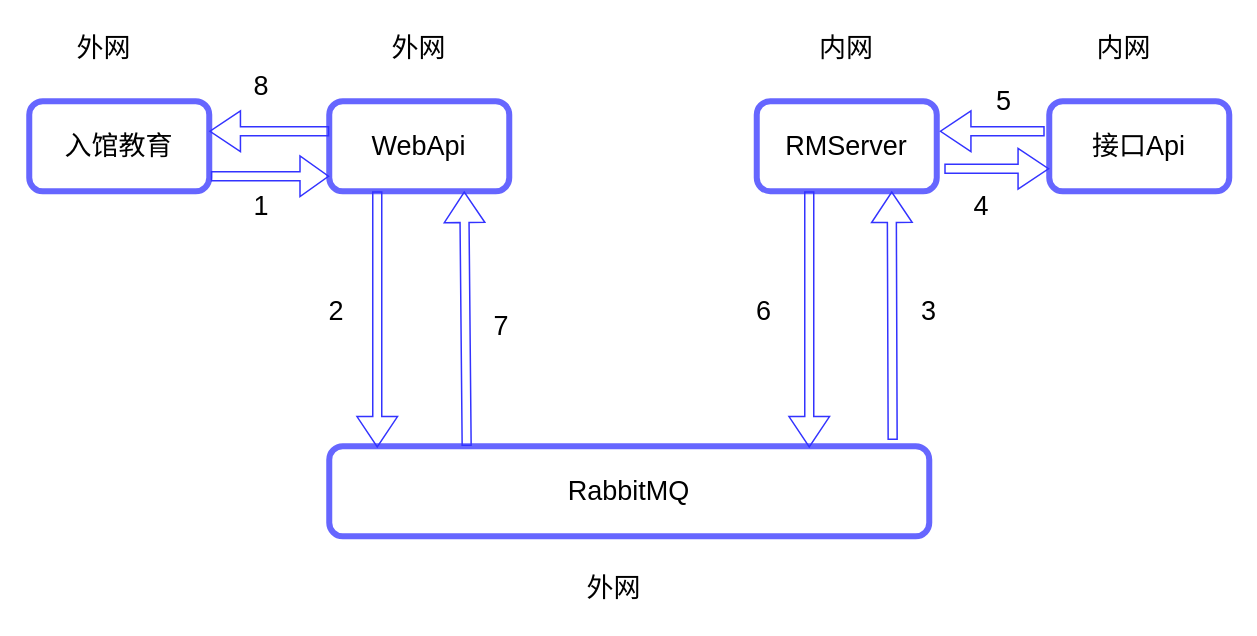
This is Project/接口内网方案.drawio from hao15239129517/drawio, a draw.io file, before an edit. Source tidied: cells renumbered, new cells numbered last; positions are measured from the earlier drawing's top-left corner, leaving out a move shared by most shapes. Both pictures are drawn from the tidied source at 150%, with x=0, y=0 at pixel (28, 26).
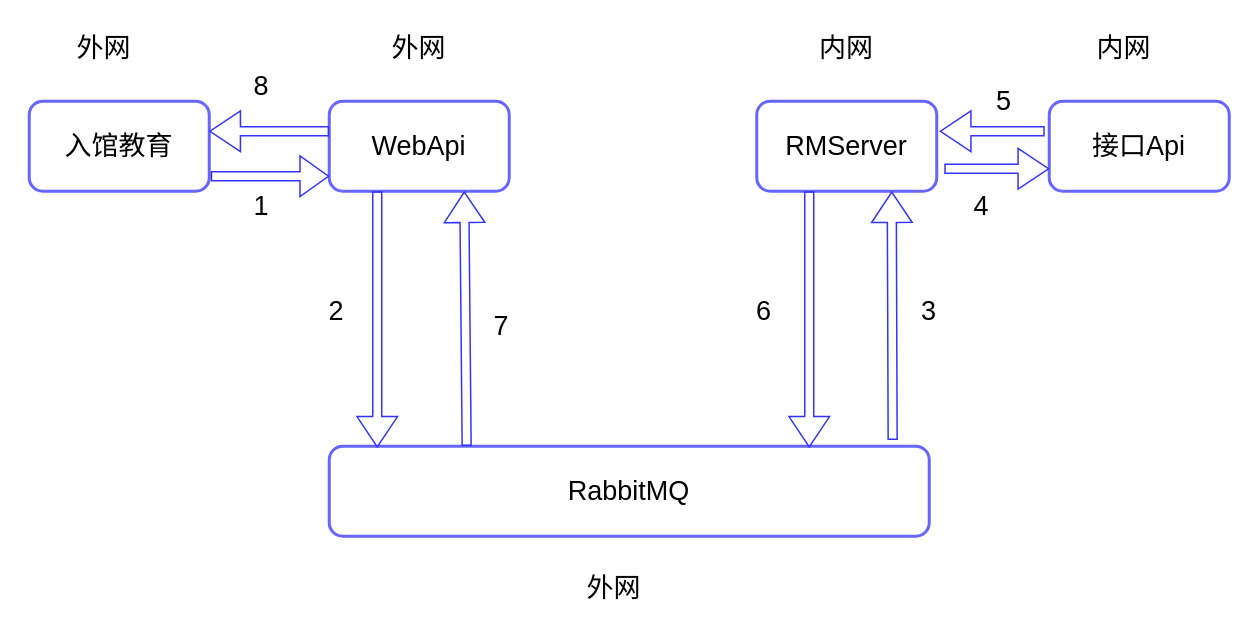
After the change.

Commit message (it also covers changes not shown here):
更新接口内网方案.drawio

Diff of the diagram source:
```diff
@@
-    <mxCell id="2" value="入馆教育" style="rounded=1;whiteSpace=wrap;html=1;strokeWidth=4;strokeColor=#6666FF;fontSize=18;" parent="1" vertex="1">
+    <mxCell id="2" value="入馆教育" style="rounded=1;whiteSpace=wrap;html=1;strokeWidth=2;strokeColor=#6666FF;fontSize=18;" parent="1" vertex="1">
       <mxGeometry y="50" width="120" height="60" as="geometry" />
     </mxCell>
-    <mxCell id="3" value="WebApi" style="rounded=1;whiteSpace=wrap;html=1;strokeWidth=4;strokeColor=#6666FF;fontSize=18;" parent="1" vertex="1">
+    <mxCell id="3" value="WebApi" style="rounded=1;whiteSpace=wrap;html=1;strokeWidth=2;strokeColor=#6666FF;fontSize=18;" parent="1" vertex="1">
       <mxGeometry x="200" y="50" width="120" height="60" as="geometry" />
     </mxCell>
-    <mxCell id="4" value="RMServer" style="rounded=1;whiteSpace=wrap;html=1;strokeWidth=4;strokeColor=#6666FF;fontSize=18;" parent="1" vertex="1">
+    <mxCell id="4" value="RMServer" style="rounded=1;whiteSpace=wrap;html=1;strokeWidth=2;strokeColor=#6666FF;fontSize=18;" parent="1" vertex="1">
       <mxGeometry x="485" y="50" width="120" height="60" as="geometry" />
     </mxCell>
-    <mxCell id="5" value="RabbitMQ" style="rounded=1;whiteSpace=wrap;html=1;strokeWidth=4;strokeColor=#6666FF;fontSize=18;" parent="1" vertex="1">
+    <mxCell id="5" value="RabbitMQ" style="rounded=1;whiteSpace=wrap;html=1;strokeWidth=2;strokeColor=#6666FF;fontSize=18;" parent="1" vertex="1">
       <mxGeometry x="200" y="280" width="400" height="60" as="geometry" />
     </mxCell>
-    <mxCell id="6" value="接口Api" style="rounded=1;whiteSpace=wrap;html=1;strokeWidth=4;strokeColor=#6666FF;fontSize=18;" parent="1" vertex="1">
+    <mxCell id="6" value="接口Api" style="rounded=1;whiteSpace=wrap;html=1;strokeWidth=2;strokeColor=#6666FF;fontSize=18;" parent="1" vertex="1">
       <mxGeometry x="680" y="50" width="120" height="60" as="geometry" />
     </mxCell>
```
